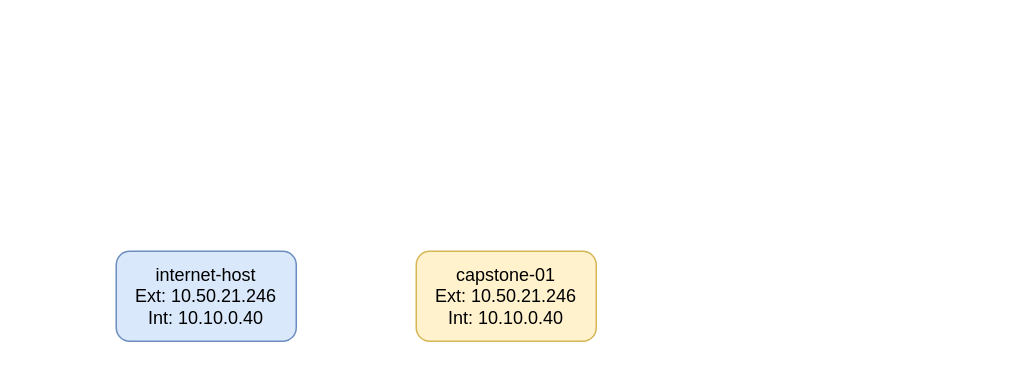
Earlier version of the draw.io diagram ctf/Capstone1.drawio (abfarr/cctc). Source tidied: cells renumbered, new cells numbered last; positions are measured from the earlier drawing's top-left corner, leaving out a move shared by most shapes. Both pictures are drawn from the tidied source at 150%, with x=0, y=0 at pixel (116, 250).
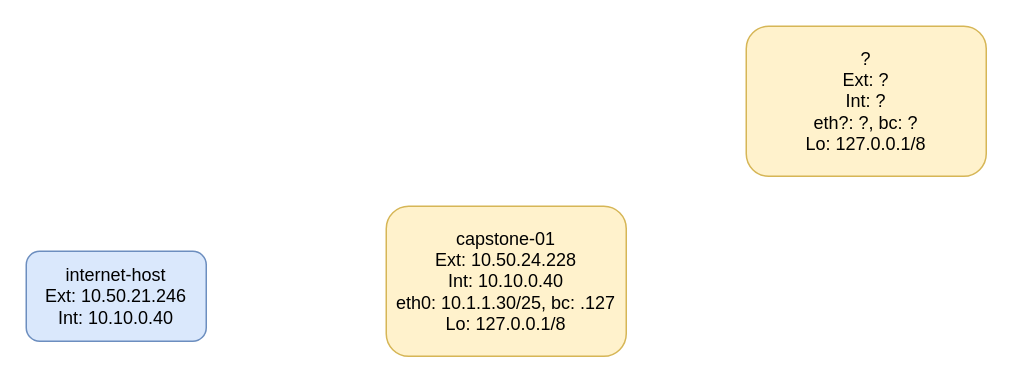
The same diagram, later.

What changed in the source:
```diff
@@
 <mxGraphModel>
   <root>
     <mxCell id="0" />
     <mxCell id="1" parent="0" />
     <mxCell id="2" value="internet-host&lt;br&gt;Ext: 10.50.21.246&lt;br&gt;Int: 10.10.0.40" style="rounded=1;whiteSpace=wrap;html=1;fillColor=#dae8fc;strokeColor=#6c8ebf;" parent="1" vertex="1">
-      <mxGeometry width="120" height="60" as="geometry" />
+      <mxGeometry x="-60" width="120" height="60" as="geometry" />
     </mxCell>
-    <mxCell id="3" value="capstone-01&lt;br&gt;Ext: 10.50.21.246&lt;br&gt;Int: 10.10.0.40" style="rounded=1;whiteSpace=wrap;html=1;fillColor=#fff2cc;strokeColor=#d6b656;" parent="1" vertex="1">
-      <mxGeometry x="200" width="120" height="60" as="geometry" />
+    <mxCell id="3" value="capstone-01&lt;br&gt;Ext: 10.50.24.228&lt;br&gt;Int: 10.10.0.40&lt;br&gt;eth0: 10.1.1.30/25, bc: .127&lt;br&gt;Lo: 127.0.0.1/8" style="rounded=1;whiteSpace=wrap;html=1;fillColor=#fff2cc;strokeColor=#d6b656;" parent="1" vertex="1">
+      <mxGeometry x="180" y="-30" width="160" height="100" as="geometry" />
     </mxCell>
+    <mxCell id="4" value="?&lt;br&gt;Ext: ?&lt;br&gt;Int: ?&lt;br&gt;eth?: ?, bc: ?&lt;br&gt;Lo: 127.0.0.1/8" style="rounded=1;whiteSpace=wrap;html=1;fillColor=#fff2cc;strokeColor=#d6b656;" parent="1" vertex="1">
+      <mxGeometry x="420" y="-150" width="160" height="100" as="geometry" />
+    </mxCell>
   </root>
 </mxGraphModel>
```
